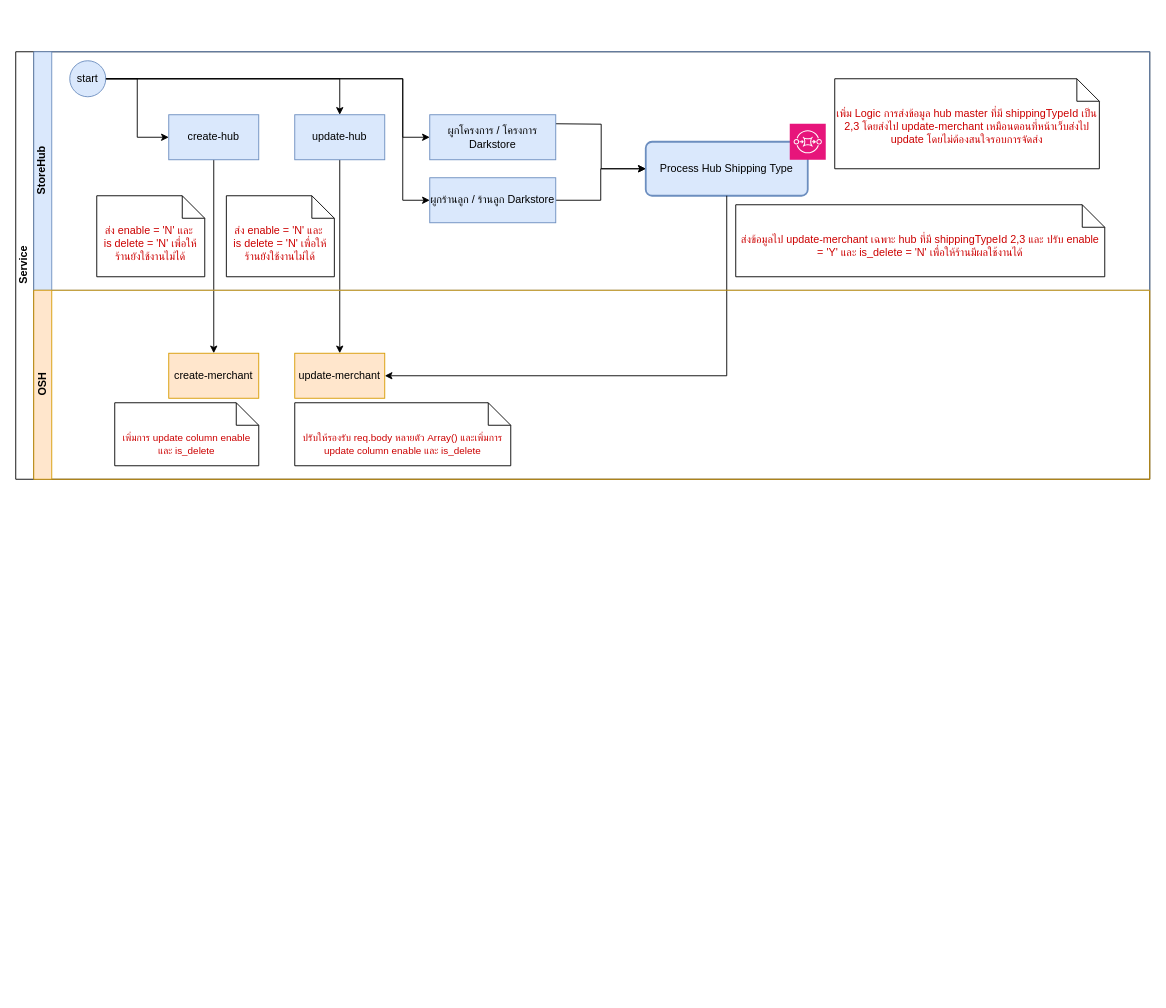
The draw.io diagram Flow-การส่งข้อมูล-merchant-master.drawio in peapong/draw.io-diagrams, before the edit. Source tidied: cells renumbered, new cells numbered last; positions are measured from the earlier drawing's top-left corner, leaving out a move shared by most shapes. Both pictures are drawn from the tidied source at 90%, with x=0, y=0 at pixel (15, 51).
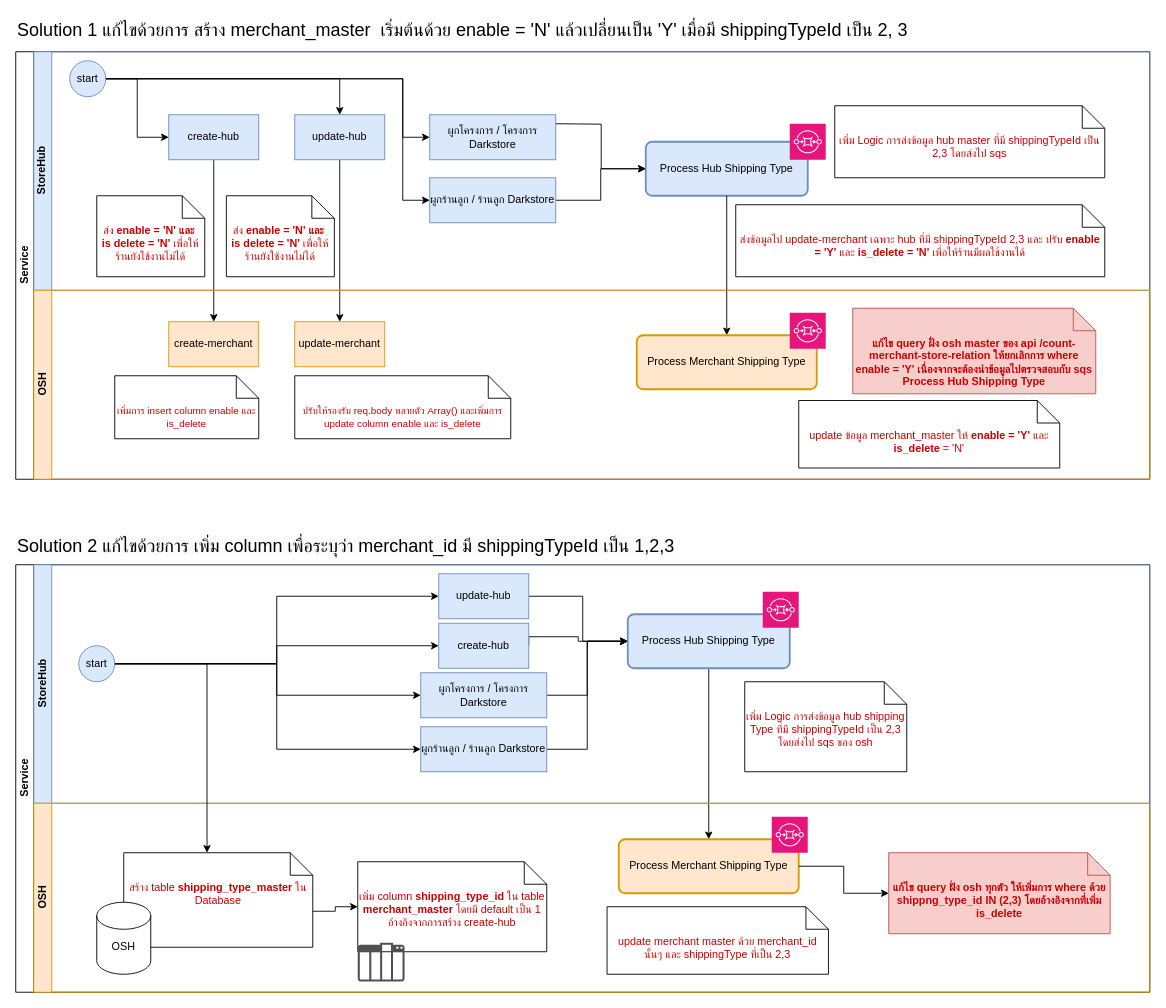
After the change.

The change refers to these unchanged cells:
```xml
<mxCell id="2" value="Service" style="swimlane;html=1;horizontal=0;startSize=20;" parent="1" vertex="1">
  <mxGeometry width="1260" height="475" as="geometry" />
</mxCell>
<mxCell id="5" value="StoreHub" style="swimlane;html=1;startSize=20;horizontal=0;fillColor=#dae8fc;strokeColor=#6c8ebf;" parent="2" vertex="1">
  <mxGeometry x="20" width="1240" height="265" as="geometry" />
</mxCell>
<mxCell id="11" value="Process Hub Shipping Type" style="rounded=1;whiteSpace=wrap;html=1;absoluteArcSize=1;arcSize=14;strokeWidth=2;fillColor=#dae8fc;strokeColor=#6c8ebf;" parent="10" vertex="1">
  <mxGeometry y="20" width="180" height="60" as="geometry" />
</mxCell>
<mxCell id="25" value="OSH" style="swimlane;html=1;startSize=20;horizontal=0;fillColor=#ffe6cc;strokeColor=#d79b00;" parent="2" vertex="1">
  <mxGeometry x="20" y="265" width="1240" height="210" as="geometry" />
</mxCell>
```

Change to the diagram source:
```diff
@@
-    <mxCell id="16" value="&lt;font color=&quot;#cc0000&quot;&gt;ส่ง enable = 'N' และ&amp;nbsp;&lt;/font&gt;&lt;div&gt;&lt;font color=&quot;#cc0000&quot;&gt;is delete = 'N' เพื่อให้ร้านยังใช้งานไม่ได้&lt;/font&gt;&lt;/div&gt;" style="shape=note2;boundedLbl=1;whiteSpace=wrap;html=1;size=25;verticalAlign=top;align=center;" parent="5" vertex="1">
+    <mxCell id="16" value="&lt;font color=&quot;#cc0000&quot;&gt;ส่ง &lt;b&gt;enable = 'N' และ&amp;nbsp;&lt;/b&gt;&lt;/font&gt;&lt;div&gt;&lt;font color=&quot;#cc0000&quot;&gt;&lt;b&gt;is delete = 'N'&lt;/b&gt; เพื่อให้ร้านยังใช้งานไม่ได้&lt;/font&gt;&lt;/div&gt;" style="shape=note2;boundedLbl=1;whiteSpace=wrap;html=1;size=25;verticalAlign=top;align=center;" parent="5" vertex="1">
       <mxGeometry x="70" y="160" width="120" height="90" as="geometry" />
     </mxCell>
-    <mxCell id="17" value="&lt;font color=&quot;#cc0000&quot;&gt;ส่ง enable = 'N' และ&amp;nbsp;&lt;/font&gt;&lt;div&gt;&lt;font color=&quot;#cc0000&quot;&gt;is delete = 'N' เพื่อให้ร้านยังใช้งานไม่ได้&lt;/font&gt;&lt;/div&gt;" style="shape=note2;boundedLbl=1;whiteSpace=wrap;html=1;size=25;verticalAlign=top;align=center;" parent="5" vertex="1">
+    <mxCell id="17" value="&lt;font color=&quot;#cc0000&quot;&gt;ส่ง &lt;b&gt;enable = 'N' และ&amp;nbsp;&lt;/b&gt;&lt;/font&gt;&lt;div&gt;&lt;font color=&quot;#cc0000&quot;&gt;&lt;b&gt;is delete = 'N' &lt;/b&gt;เพื่อให้ร้านยังใช้งานไม่ได้&lt;/font&gt;&lt;/div&gt;" style="shape=note2;boundedLbl=1;whiteSpace=wrap;html=1;size=25;verticalAlign=top;align=center;" parent="5" vertex="1">
       <mxGeometry x="214" y="160" width="120" height="90" as="geometry" />
     </mxCell>
@@
-    <mxCell id="22" value="&lt;font color=&quot;#cc0000&quot;&gt;ส่งข้อมูลไป update-merchant เฉพาะ hub ที่มี shippingTypeId 2,3 และ ปรับ enable = 'Y' และ is_delete = 'N' เพื่อให้ร้านมีผลใช้งานได้&lt;/font&gt;" style="shape=note2;boundedLbl=1;whiteSpace=wrap;html=1;size=25;verticalAlign=top;align=center;" parent="5" vertex="1">
+    <mxCell id="22" value="&lt;font color=&quot;#cc0000&quot;&gt;ส่งข้อมูลไป update-merchant เฉพาะ hub ที่มี shippingTypeId 2,3 และ ปรับ &lt;b&gt;enable = 'Y'&lt;/b&gt; และ &lt;b&gt;is_delete = 'N' &lt;/b&gt;เพื่อให้ร้านมีผลใช้งานได้&lt;/font&gt;" style="shape=note2;boundedLbl=1;whiteSpace=wrap;html=1;size=25;verticalAlign=top;align=center;" parent="5" vertex="1">
       <mxGeometry x="780" y="170" width="410" height="80" as="geometry" />
     </mxCell>
-    <mxCell id="23" value="&lt;font color=&quot;#cc0000&quot;&gt;เพิ่ม Logic การส่งข้อมูล hub master ที่มี shippingTypeId เป็น 2,3 โดยส่งไป update-merchant เหมือนตอนที่หน้าเว็บส่งไป update โดยไม่ต้องสนใจรอบการจัดส่ง&lt;/font&gt;" style="shape=note2;boundedLbl=1;whiteSpace=wrap;html=1;size=25;verticalAlign=top;align=center;" parent="5" vertex="1">
-      <mxGeometry x="890" y="30" width="294" height="100" as="geometry" />
+    <mxCell id="23" value="&lt;font color=&quot;#cc0000&quot;&gt;เพิ่ม Logic การส่งข้อมูล hub master ที่มี shippingTypeId เป็น 2,3 โดยส่งไป sqs&lt;/font&gt;" style="shape=note2;boundedLbl=1;whiteSpace=wrap;html=1;size=25;verticalAlign=top;align=center;" parent="5" vertex="1">
+      <mxGeometry x="890" y="60" width="300" height="80" as="geometry" />
     </mxCell>
-    <mxCell id="24" style="edgeStyle=orthogonalEdgeStyle;rounded=0;jettySize=auto;html=1;exitX=0.5;exitY=1;exitDx=0;exitDy=0;entryX=1;entryY=0.5;entryDx=0;entryDy=0;" parent="2" edge="1" source="11" target="27">
-      <mxGeometry relative="1" as="geometry" />
-    </mxCell>
+    <mxCell id="30" style="edgeStyle=orthogonalEdgeStyle;rounded=0;jettySize=auto;html=1;exitX=0.5;exitY=1;exitDx=0;exitDy=0;entryX=0.5;entryY=0;entryDx=0;entryDy=0;" parent="2" edge="1" source="11" target="33">
+      <mxGeometry relative="1" as="geometry" />
+    </mxCell>
@@
     <mxCell id="26" value="create-merchant" style="html=1;dashed=0;whiteSpace=wrap;fillColor=#ffe6cc;strokeColor=#d79b00;" parent="25" vertex="1">
-      <mxGeometry x="150" y="70" width="100" height="50" as="geometry" />
+      <mxGeometry x="150" y="35" width="100" height="50" as="geometry" />
     </mxCell>
     <mxCell id="27" value="update-merchant" style="html=1;dashed=0;whiteSpace=wrap;fillColor=#ffe6cc;strokeColor=#d79b00;" parent="25" vertex="1">
-      <mxGeometry x="290" y="70" width="100" height="50" as="geometry" />
+      <mxGeometry x="290" y="35" width="100" height="50" as="geometry" />
     </mxCell>
     <mxCell id="28" value="&lt;font style=&quot;font-size: 11px;&quot; color=&quot;#cc0000&quot;&gt;ปรับให้รองรับ req.body หลายตัว Array() และเพิ่มการ update column enable และ is_delete&lt;/font&gt;" style="shape=note2;boundedLbl=1;whiteSpace=wrap;html=1;size=25;verticalAlign=top;align=center;" parent="25" vertex="1">
-      <mxGeometry x="290" y="125" width="240" height="70" as="geometry" />
+      <mxGeometry x="290" y="95" width="240" height="70" as="geometry" />
     </mxCell>
-    <mxCell id="29" value="&lt;font style=&quot;font-size: 11px;&quot; color=&quot;#cc0000&quot;&gt;เพิ่มการ update column enable และ is_delete&lt;/font&gt;" style="shape=note2;boundedLbl=1;whiteSpace=wrap;html=1;size=25;verticalAlign=top;align=center;" parent="25" vertex="1">
-      <mxGeometry x="90" y="125" width="160" height="70" as="geometry" />
+    <mxCell id="29" value="&lt;font style=&quot;font-size: 11px;&quot; color=&quot;#cc0000&quot;&gt;เพิ่มการ insert column enable และ is_delete&lt;/font&gt;" style="shape=note2;boundedLbl=1;whiteSpace=wrap;html=1;size=25;verticalAlign=top;align=center;" parent="25" vertex="1">
+      <mxGeometry x="90" y="95" width="160" height="70" as="geometry" />
     </mxCell>
+    <mxCell id="31" style="group;" parent="25" vertex="1">
+      <mxGeometry x="680" y="25" width="200" height="85" as="geometry" />
+    </mxCell>
+    <mxCell id="32" style="group;" parent="31" vertex="1">
+      <mxGeometry x="-10" width="210" height="85" as="geometry" />
+    </mxCell>
+    <mxCell id="33" value="Process Merchant Shipping Type" style="rounded=1;whiteSpace=wrap;html=1;absoluteArcSize=1;arcSize=14;strokeWidth=2;fillColor=#ffe6cc;strokeColor=#d79b00;" parent="32" vertex="1">
+      <mxGeometry y="25" width="200" height="60" as="geometry" />
+    </mxCell>
+    <mxCell id="34" style="sketch=0;fontColor=#232F3E;fillColor=#E7157B;strokeColor=#ffffff;dashed=0;verticalLabelPosition=bottom;verticalAlign=top;align=center;html=1;fontSize=12;fontStyle=0;shape=mxgraph.aws4.resourceIcon;resIcon=mxgraph.aws4.sqs;" parent="32" vertex="1">
+      <mxGeometry x="170" width="40" height="40" as="geometry" />
+    </mxCell>
+    <mxCell id="35" value="&lt;font color=&quot;#cc0000&quot;&gt;update ข้อมูล merchant_master ให้ &lt;b&gt;enable = 'Y'&lt;/b&gt; และ &lt;b&gt;is_delete&lt;/b&gt; = 'N'&lt;/font&gt;" style="shape=note2;boundedLbl=1;whiteSpace=wrap;html=1;size=25;verticalAlign=top;align=center;" parent="25" vertex="1">
+      <mxGeometry x="850" y="122.5" width="290" height="75" as="geometry" />
+    </mxCell>
+    <mxCell id="36" value="&lt;font color=&quot;#cc0000&quot;&gt;แก้ไข query ฝั่ง osh master ของ api /count-merchant-store-relation ให้ยกเลิกการ where enable = 'Y' เนื่องจากจะต้องนำข้อมูลไปตรวจสอบกับ sqs Process Hub Shipping Type&lt;/font&gt;" style="shape=note2;boundedLbl=1;whiteSpace=wrap;html=1;size=25;verticalAlign=top;align=center;fontStyle=1;fillColor=#f8cecc;strokeColor=#b85450;" parent="25" vertex="1">
+      <mxGeometry x="910" y="20" width="270" height="95" as="geometry" />
+    </mxCell>
+    <mxCell id="37" value="Service" style="swimlane;html=1;horizontal=0;startSize=20;" parent="1" vertex="1">
+      <mxGeometry y="570" width="1260" height="475" as="geometry" />
+    </mxCell>
+    <mxCell id="38" style="edgeStyle=orthogonalEdgeStyle;rounded=0;jettySize=auto;html=1;exitX=0.5;exitY=1;exitDx=0;exitDy=0;entryX=0.5;entryY=0;entryDx=0;entryDy=0;" parent="37" edge="1" source="46" target="60">
+      <mxGeometry relative="1" as="geometry" />
+    </mxCell>
+    <mxCell id="39" value="StoreHub" style="swimlane;html=1;startSize=20;horizontal=0;fillColor=#dae8fc;strokeColor=#6c8ebf;absoluteArcSize=0;labelBackgroundColor=none;" parent="37" vertex="1">
+      <mxGeometry x="20" width="1240" height="265" as="geometry" />
+    </mxCell>
+    <mxCell id="40" style="edgeStyle=orthogonalEdgeStyle;rounded=0;jettySize=auto;html=1;exitX=1;exitY=0.5;exitDx=0;exitDy=0;entryX=0;entryY=0.5;entryDx=0;entryDy=0;" parent="39" edge="1" source="44" target="52">
+      <mxGeometry relative="1" as="geometry" />
+    </mxCell>
+    <mxCell id="41" style="edgeStyle=orthogonalEdgeStyle;rounded=0;jettySize=auto;html=1;exitX=1;exitY=0.5;exitDx=0;exitDy=0;entryX=0;entryY=0.5;entryDx=0;entryDy=0;" parent="39" edge="1" source="44" target="50">
+      <mxGeometry relative="1" as="geometry" />
+    </mxCell>
+    <mxCell id="42" style="edgeStyle=orthogonalEdgeStyle;rounded=0;jettySize=auto;html=1;exitX=1;exitY=0.5;exitDx=0;exitDy=0;entryX=0;entryY=0.5;entryDx=0;entryDy=0;" parent="39" edge="1" source="44" target="54">
+      <mxGeometry relative="1" as="geometry">
+        <Array as="points">
+          <mxPoint x="270" y="110" />
+          <mxPoint x="270" y="145" />
+        </Array>
+      </mxGeometry>
+    </mxCell>
+    <mxCell id="43" style="edgeStyle=orthogonalEdgeStyle;rounded=0;jettySize=auto;html=1;exitX=1;exitY=0.5;exitDx=0;exitDy=0;entryX=0;entryY=0.5;entryDx=0;entryDy=0;" parent="39" edge="1" source="44" target="56">
+      <mxGeometry relative="1" as="geometry">
+        <Array as="points">
+          <mxPoint x="270" y="110" />
+          <mxPoint x="270" y="205" />
+        </Array>
+      </mxGeometry>
+    </mxCell>
+    <mxCell id="44" value="start" style="ellipse;whiteSpace=wrap;html=1;fillColor=#dae8fc;strokeColor=#6c8ebf;" parent="39" vertex="1">
+      <mxGeometry x="50" y="90" width="40" height="40" as="geometry" />
+    </mxCell>
+    <mxCell id="45" style="group;" parent="39" vertex="1">
+      <mxGeometry x="660" y="30" width="190" height="85" as="geometry" />
+    </mxCell>
+    <mxCell id="46" value="Process Hub Shipping Type" style="rounded=1;whiteSpace=wrap;html=1;absoluteArcSize=1;arcSize=14;strokeWidth=2;fillColor=#dae8fc;strokeColor=#6c8ebf;" parent="45" vertex="1">
+      <mxGeometry y="25" width="180" height="60" as="geometry" />
+    </mxCell>
+    <mxCell id="47" style="sketch=0;fontColor=#232F3E;fillColor=#E7157B;strokeColor=#ffffff;dashed=0;verticalLabelPosition=bottom;verticalAlign=top;align=center;html=1;fontSize=12;fontStyle=0;shape=mxgraph.aws4.resourceIcon;resIcon=mxgraph.aws4.sqs;" parent="45" vertex="1">
+      <mxGeometry x="150" width="40" height="40" as="geometry" />
+    </mxCell>
+    <mxCell id="48" value="&lt;font color=&quot;#cc0000&quot;&gt;เพิ่ม Logic การส่งข้อมูล hub shipping Type ที่มี shippingTypeId เป็น 2,3 โดยส่งไป sqs ของ osh&lt;/font&gt;" style="shape=note2;boundedLbl=1;whiteSpace=wrap;html=1;size=25;verticalAlign=top;align=center;" parent="39" vertex="1">
+      <mxGeometry x="790" y="130" width="180" height="100" as="geometry" />
+    </mxCell>
+    <mxCell id="49" style="edgeStyle=orthogonalEdgeStyle;rounded=0;jettySize=auto;html=1;exitX=1;exitY=0.5;exitDx=0;exitDy=0;entryX=0;entryY=0.5;entryDx=0;entryDy=0;" parent="39" edge="1" source="50" target="46">
+      <mxGeometry relative="1" as="geometry">
+        <Array as="points">
+          <mxPoint x="550" y="80" />
+          <mxPoint x="605" y="80" />
+          <mxPoint x="605" y="85" />
+        </Array>
+      </mxGeometry>
+    </mxCell>
+    <mxCell id="50" value="create-hub" style="html=1;dashed=0;whiteSpace=wrap;fillColor=#dae8fc;strokeColor=#6c8ebf;" parent="39" vertex="1">
+      <mxGeometry x="450" y="65" width="100" height="50" as="geometry" />
+    </mxCell>
+    <mxCell id="51" style="edgeStyle=orthogonalEdgeStyle;rounded=0;jettySize=auto;html=1;exitX=1;exitY=0.5;exitDx=0;exitDy=0;entryX=0;entryY=0.5;entryDx=0;entryDy=0;" parent="39" edge="1" source="52" target="46">
+      <mxGeometry relative="1" as="geometry">
+        <Array as="points">
+          <mxPoint x="610" y="35" />
+          <mxPoint x="610" y="85" />
+        </Array>
+      </mxGeometry>
+    </mxCell>
+    <mxCell id="52" value="update-hub" style="html=1;dashed=0;whiteSpace=wrap;fillColor=#dae8fc;strokeColor=#6c8ebf;" parent="39" vertex="1">
+      <mxGeometry x="450" y="10" width="100" height="50" as="geometry" />
+    </mxCell>
+    <mxCell id="53" style="edgeStyle=orthogonalEdgeStyle;rounded=0;jettySize=auto;html=1;exitX=1;exitY=0.5;exitDx=0;exitDy=0;entryX=0;entryY=0.5;entryDx=0;entryDy=0;" parent="39" edge="1" source="54" target="46">
+      <mxGeometry relative="1" as="geometry" />
+    </mxCell>
+    <mxCell id="54" value="ผูกโครงการ / โครงการ Darkstore" style="html=1;dashed=0;whiteSpace=wrap;fillColor=#dae8fc;strokeColor=#6c8ebf;" parent="39" vertex="1">
+      <mxGeometry x="430" y="120" width="140" height="50" as="geometry" />
+    </mxCell>
+    <mxCell id="55" style="edgeStyle=orthogonalEdgeStyle;rounded=0;jettySize=auto;html=1;exitX=1;exitY=0.5;exitDx=0;exitDy=0;entryX=0;entryY=0.5;entryDx=0;entryDy=0;" parent="39" edge="1" source="56" target="46">
+      <mxGeometry relative="1" as="geometry" />
+    </mxCell>
+    <mxCell id="56" value="ผูกร้านลูก / ร้านลูก Darkstore" style="html=1;dashed=0;whiteSpace=wrap;fillColor=#dae8fc;strokeColor=#6c8ebf;" parent="39" vertex="1">
+      <mxGeometry x="430" y="180" width="140" height="50" as="geometry" />
+    </mxCell>
+    <mxCell id="57" value="OSH" style="swimlane;html=1;startSize=20;horizontal=0;fillColor=#ffe6cc;strokeColor=#d79b00;" parent="37" vertex="1">
+      <mxGeometry x="20" y="265" width="1240" height="210" as="geometry" />
+    </mxCell>
+    <mxCell id="58" style="group;" parent="57" vertex="1">
+      <mxGeometry x="660" y="15" width="200" height="85" as="geometry" />
+    </mxCell>
+    <mxCell id="59" style="group;" parent="58" vertex="1">
+      <mxGeometry x="-10" width="210" height="85" as="geometry" />
+    </mxCell>
+    <mxCell id="60" value="Process Merchant Shipping Type" style="rounded=1;whiteSpace=wrap;html=1;absoluteArcSize=1;arcSize=14;strokeWidth=2;fillColor=#ffe6cc;strokeColor=#d79b00;" parent="59" vertex="1">
+      <mxGeometry y="25" width="200" height="60" as="geometry" />
+    </mxCell>
+    <mxCell id="61" style="sketch=0;fontColor=#232F3E;fillColor=#E7157B;strokeColor=#ffffff;dashed=0;verticalLabelPosition=bottom;verticalAlign=top;align=center;html=1;fontSize=12;fontStyle=0;shape=mxgraph.aws4.resourceIcon;resIcon=mxgraph.aws4.sqs;" parent="59" vertex="1">
+      <mxGeometry x="170" width="40" height="40" as="geometry" />
+    </mxCell>
+    <mxCell id="62" value="&lt;font color=&quot;#cc0000&quot;&gt;update merchant master ด้วย merchant_id นั้นๆ และ shippingType ที่เป็น 2,3&lt;/font&gt;" style="shape=note2;boundedLbl=1;whiteSpace=wrap;html=1;size=25;verticalAlign=top;align=center;" parent="57" vertex="1">
+      <mxGeometry x="637" y="115" width="246" height="75" as="geometry" />
+    </mxCell>
+    <mxCell id="63" style="edgeStyle=orthogonalEdgeStyle;rounded=0;jettySize=auto;html=1;exitX=0;exitY=0;exitDx=210;exitDy=65;exitPerimeter=0;entryX=0;entryY=0.5;entryDx=0;entryDy=0;entryPerimeter=0;" parent="57" edge="1" source="70" target="67">
+      <mxGeometry relative="1" as="geometry" />
+    </mxCell>
+    <mxCell id="64" value="&lt;font color=&quot;#cc0000&quot;&gt;แก้ไข query ฝั่ง osh ทุกตัว ให้เพิ่มการ where ด้วย shippng_type_id IN (2,3) โดยอ้างอิงจากที่เพิ่ม is_delete&lt;/font&gt;" style="shape=note2;boundedLbl=1;whiteSpace=wrap;html=1;size=25;verticalAlign=top;align=center;fontStyle=1;fillColor=#f8cecc;strokeColor=#b85450;" parent="57" vertex="1">
+      <mxGeometry x="950" y="55" width="246" height="90" as="geometry" />
+    </mxCell>
+    <mxCell id="65" style="edgeStyle=orthogonalEdgeStyle;rounded=0;jettySize=auto;html=1;exitX=1;exitY=0.5;exitDx=0;exitDy=0;entryX=0;entryY=0.5;entryDx=0;entryDy=0;entryPerimeter=0;" parent="57" edge="1" source="60" target="64">
+      <mxGeometry relative="1" as="geometry" />
+    </mxCell>
+    <mxCell id="66" style="group;" parent="57" vertex="1">
+      <mxGeometry x="360" y="65" width="210" height="133" as="geometry" />
+    </mxCell>
+    <mxCell id="67" value="&lt;font color=&quot;#cc0000&quot;&gt;เพิ่ม column &lt;b&gt;shipping_type_id&lt;/b&gt; ใน table &lt;b&gt;merchant_master &lt;/b&gt;โดยมี default เป็น 1 อ้างอิงจากการสร้าง create-hub&lt;/font&gt;" style="shape=note2;boundedLbl=1;whiteSpace=wrap;html=1;size=25;verticalAlign=top;align=center;" parent="66" vertex="1">
+      <mxGeometry width="210" height="100" as="geometry" />
+    </mxCell>
+    <mxCell id="68" style="sketch=0;shadow=0;dashed=0;html=1;strokeColor=none;fillColor=#505050;labelPosition=center;verticalLabelPosition=bottom;verticalAlign=top;align=center;shape=mxgraph.office.concepts.column;" parent="66" vertex="1">
+      <mxGeometry y="90" width="52" height="43" as="geometry" />
+    </mxCell>
+    <mxCell id="69" style="group;" parent="57" vertex="1">
+      <mxGeometry x="70" y="55" width="240" height="135" as="geometry" />
+    </mxCell>
+    <mxCell id="70" value="&lt;font color=&quot;#cc0000&quot;&gt;สร้าง table&amp;nbsp;&lt;b&gt;shipping_type_master&lt;/b&gt;&amp;nbsp;ใน Database&lt;/font&gt;" style="shape=note2;boundedLbl=1;whiteSpace=wrap;html=1;size=25;verticalAlign=top;align=center;" parent="69" vertex="1">
+      <mxGeometry x="30" width="210" height="105" as="geometry" />
+    </mxCell>
+    <mxCell id="71" style="group;" parent="69" vertex="1">
+      <mxGeometry y="55" width="60" height="80" as="geometry" />
+    </mxCell>
+    <mxCell id="72" style="shape=cylinder3;whiteSpace=wrap;html=1;boundedLbl=1;backgroundOutline=1;size=15;" parent="71" vertex="1">
+      <mxGeometry width="60" height="80" as="geometry" />
+    </mxCell>
+    <mxCell id="73" value="OSH" style="text;html=1;align=center;verticalAlign=middle;whiteSpace=wrap;rounded=0;" parent="71" vertex="1">
+      <mxGeometry y="35" width="60" height="30" as="geometry" />
+    </mxCell>
+    <mxCell id="74" style="edgeStyle=orthogonalEdgeStyle;rounded=0;jettySize=auto;html=1;exitX=1;exitY=0.5;exitDx=0;exitDy=0;entryX=0;entryY=0;entryDx=92.5;entryDy=0;entryPerimeter=0;" parent="37" edge="1" source="44" target="70">
+      <mxGeometry relative="1" as="geometry" />
+    </mxCell>
+    <mxCell id="75" value="Solution 1 แก้ไขด้วยการ สร้าง merchant_master&amp;nbsp; เริ่มต้นด้วย enable = 'N' แล้วเปลี่ยนเป็น 'Y' เมื่อมี shippingTypeId เป็น 2, 3" style="text;html=1;align=left;verticalAlign=middle;whiteSpace=wrap;rounded=0;fontSize=20;" parent="1" vertex="1">
+      <mxGeometry y="-40" width="1190" height="30" as="geometry" />
+    </mxCell>
+    <mxCell id="76" value="&lt;span style=&quot;color: rgb(0, 0, 0); font-family: Helvetica; font-size: 20px; font-style: normal; font-variant-ligatures: normal; font-variant-caps: normal; font-weight: 400; letter-spacing: normal; orphans: 2; text-align: left; text-indent: 0px; text-transform: none; widows: 2; word-spacing: 0px; -webkit-text-stroke-width: 0px; white-space: normal; background-color: rgb(251, 251, 251); text-decoration-thickness: initial; text-decoration-style: initial; text-decoration-color: initial; display: inline !important; float: none;&quot;&gt;Solution 2 แก้ไขด้วยการ เพิ่ม column เพื่อระบุว่า merchant_id มี shippingTypeId เป็น 1,2,3&lt;/span&gt;" style="text;whiteSpace=wrap;html=1;" parent="1" vertex="1">
+      <mxGeometry y="530" width="1150" height="50" as="geometry" />
+    </mxCell>
```
